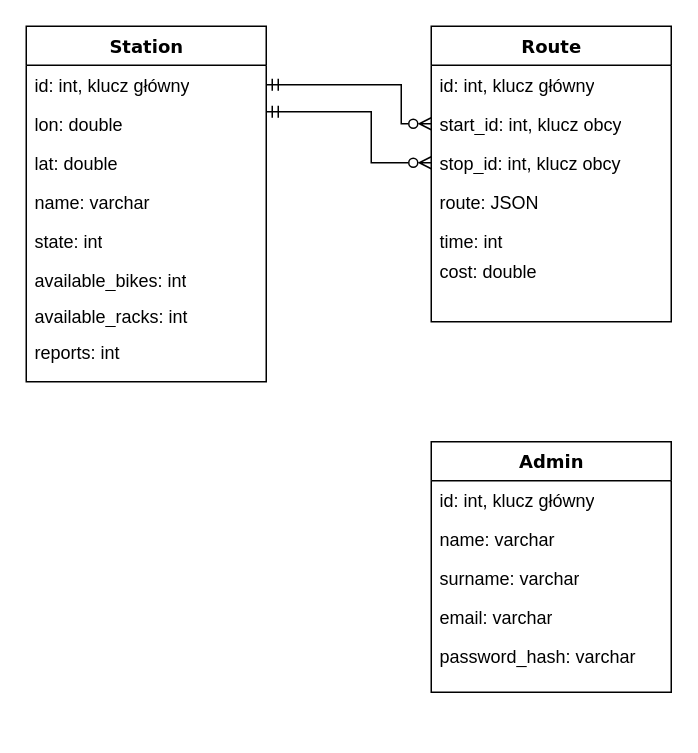
Above: diagramy/uml.drawio in Freeturilo/FreeturiloDocumentation (draw.io), before the change. Source tidied: cells renumbered, new cells numbered last; positions are measured from the earlier drawing's top-left corner, leaving out a move shared by most shapes. Both pictures are drawn from the tidied source at 150%, with x=0, y=0 at pixel (26, 26).
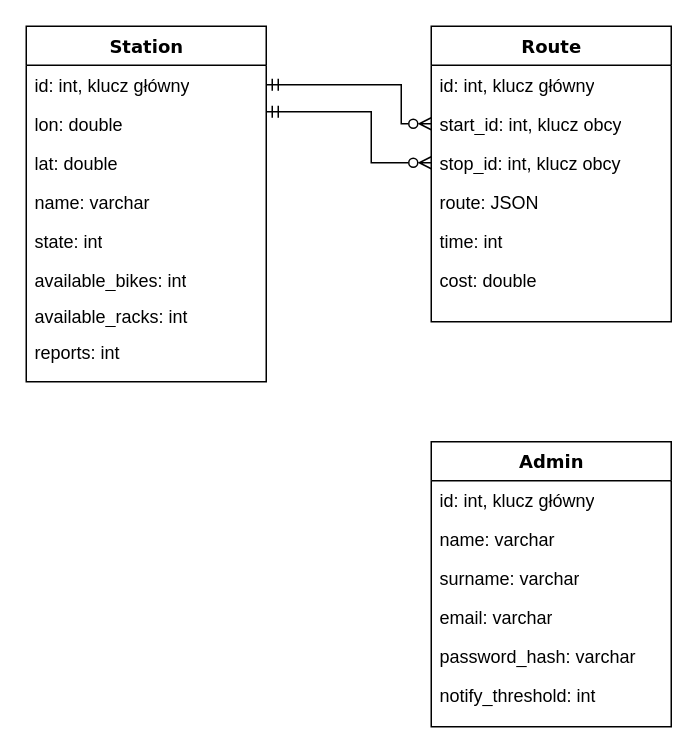
The same page after the edit.

Commit message (it also covers changes not shown here):
Added notify_threshold to UML and fixed class diagram

The change refers to these unchanged cells:
```xml
<mxCell id="17" value="Route" style="swimlane;html=1;fontStyle=1;align=center;verticalAlign=top;horizontal=1;startSize=26;swimlaneFillColor=#ffffff;rounded=0;shadow=0;comic=0;labelBackgroundColor=none;strokeWidth=1;fillColor=none;fontFamily=Verdana;fontSize=12;" parent="1" vertex="1">
  <mxGeometry x="270" width="160" height="197" as="geometry" />
</mxCell>
```

Diff of the diagram source:
```diff
@@
     <mxCell id="11" value="Admin" style="swimlane;html=1;fontStyle=1;align=center;verticalAlign=top;horizontal=1;startSize=26;swimlaneFillColor=#ffffff;rounded=0;shadow=0;comic=0;labelBackgroundColor=none;strokeWidth=1;fillColor=none;fontFamily=Verdana;fontSize=12;" parent="1" vertex="1">
-      <mxGeometry x="270" y="277" width="160" height="167" as="geometry" />
+      <mxGeometry x="270" y="277" width="160" height="190" as="geometry" />
     </mxCell>
@@
+    <mxCell id="26" value="notify_threshold: int" style="text;html=1;strokeColor=none;fillColor=none;align=left;verticalAlign=top;spacingLeft=4;spacingRight=4;whiteSpace=wrap;overflow=hidden;" parent="11" vertex="1">
+      <mxGeometry y="156" width="160" height="26" as="geometry" />
+    </mxCell>
@@
     <mxCell id="22" value="time: int" style="text;html=1;strokeColor=none;fillColor=none;align=left;verticalAlign=top;spacingLeft=4;spacingRight=4;whiteSpace=wrap;overflow=hidden;" parent="17" vertex="1">
-      <mxGeometry y="130" width="160" height="20" as="geometry" />
+      <mxGeometry y="130" width="160" height="26" as="geometry" />
     </mxCell>
     <mxCell id="23" value="cost: double" style="text;html=1;strokeColor=none;fillColor=none;align=left;verticalAlign=top;spacingLeft=4;spacingRight=4;whiteSpace=wrap;overflow=hidden;" parent="17" vertex="1">
-      <mxGeometry y="150" width="160" height="20" as="geometry" />
+      <mxGeometry y="156" width="160" height="26" as="geometry" />
     </mxCell>
```
